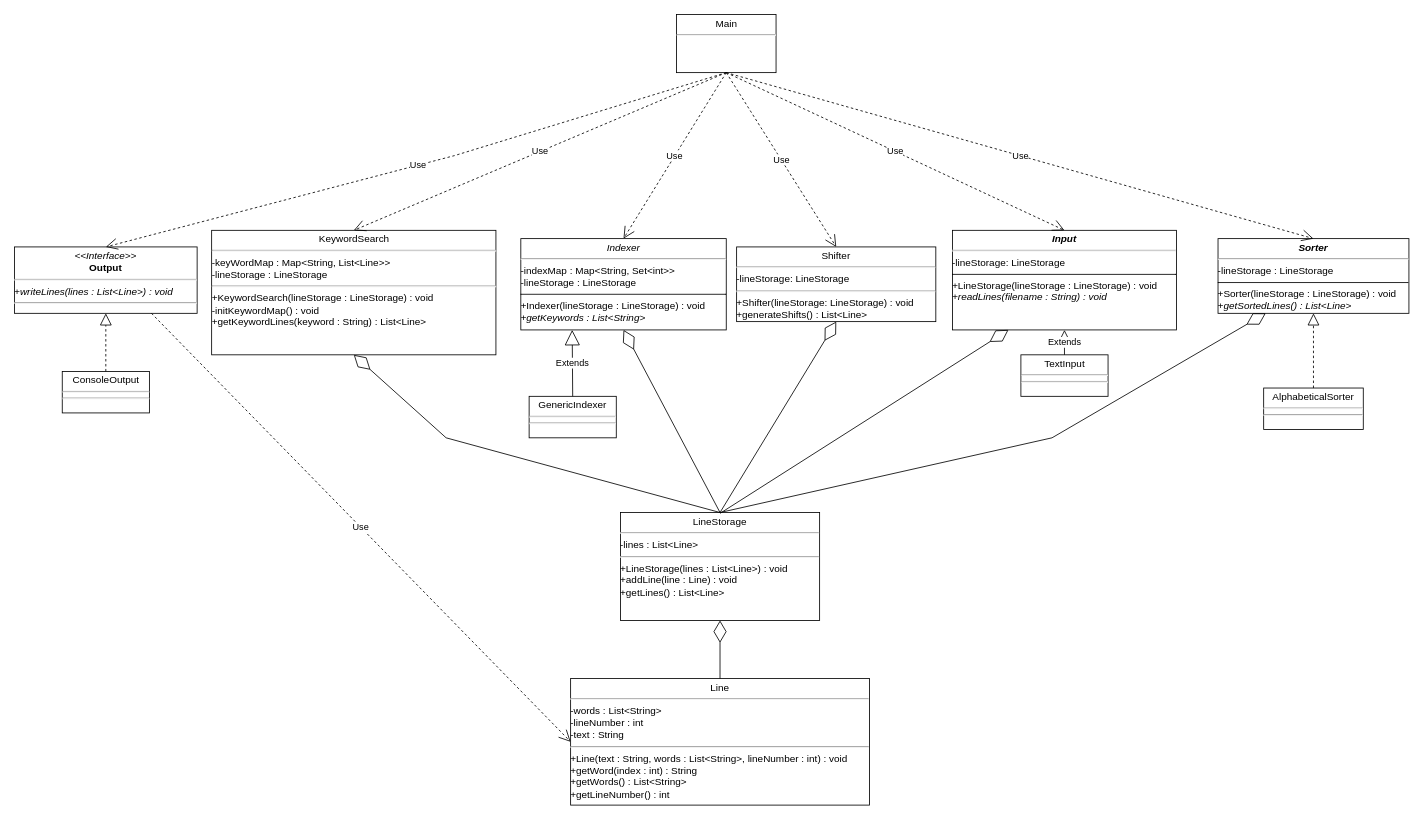
Above: Homework/Homework 1/SE 311 Homework 1 UML.drawio in dragon5201111/Drexel-University-SE-311-Software-Architecture-II (draw.io), before the change. Source tidied: cells renumbered, new cells numbered last; positions are measured from the earlier drawing's top-left corner, leaving out a move shared by most shapes. Both pictures are drawn from the tidied source at 83%, with x=0, y=0 at pixel (14, 14).
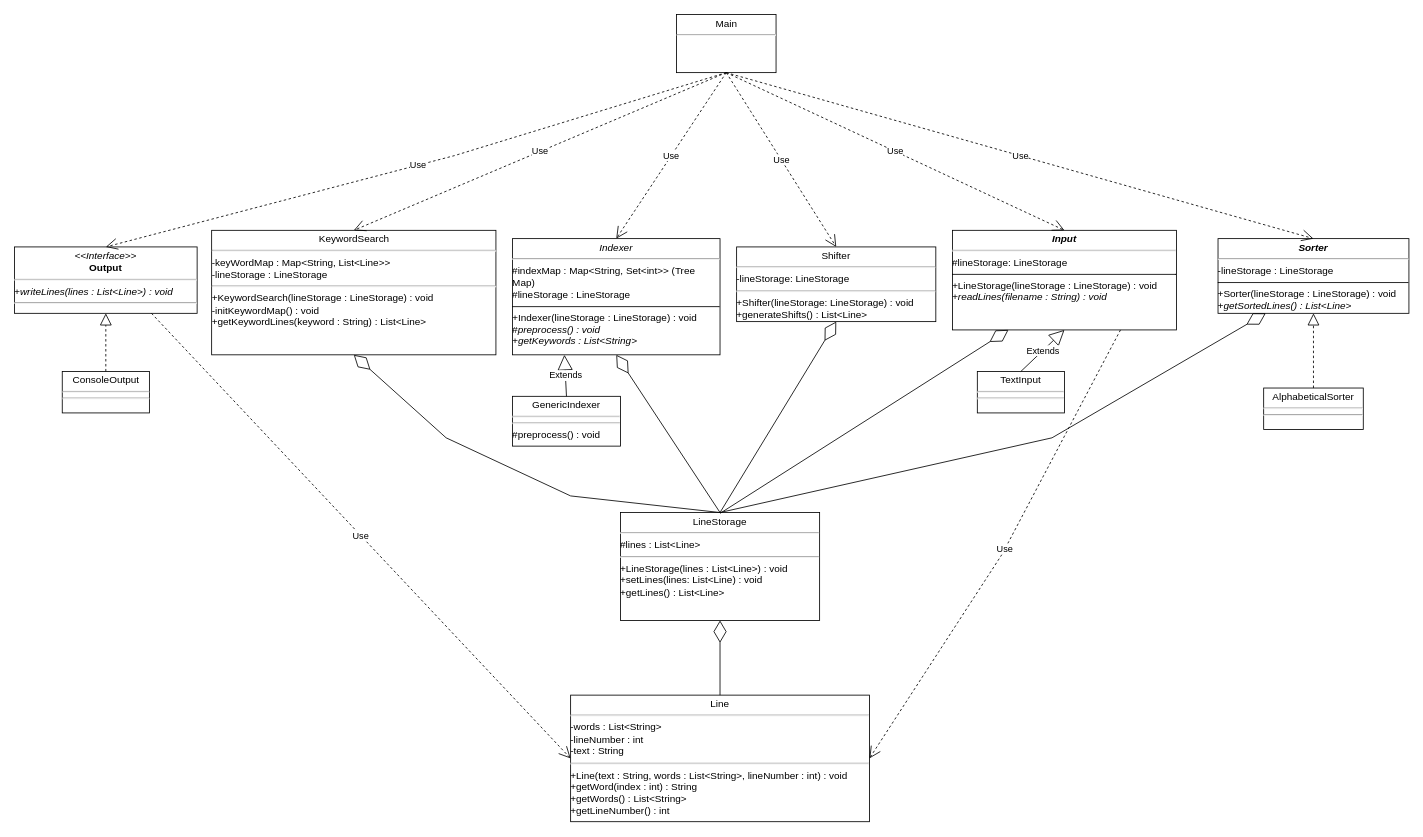
The same page after the edit.

Commit message (it also covers changes not shown here):
Work on UML and coding KWIC system for homework 1.

Unchanged cells that the change refers to:
```xml
<mxCell id="10" value="&lt;p style=&quot;margin:0px;margin-top:4px;text-align:center;&quot;&gt;KeywordSearch&lt;/p&gt;&lt;hr&gt;-keyWordMap : Map&amp;lt;String, List&amp;lt;Line&amp;gt;&amp;gt;&lt;div&gt;&lt;span style=&quot;background-color: transparent; color: light-dark(rgb(0, 0, 0), rgb(255, 255, 255));&quot;&gt;-lineStorage : LineStorage&lt;/span&gt;&lt;/div&gt;&lt;div&gt;&lt;hr&gt;+KeywordSearch(lineStorage : LineStorage) : void&lt;/div&gt;&lt;div&gt;-initKeywordMap() : void&lt;/div&gt;&lt;div&gt;+getKeywordLines(keyword : String) : List&amp;lt;Line&amp;gt;&lt;/div&gt;" style="verticalAlign=top;align=left;overflow=fill;html=1;whiteSpace=wrap;" parent="1" vertex="1">
  <mxGeometry x="237.5" y="260" width="342.5" height="150" as="geometry" />
</mxCell>
```

What changed in the source:
```diff
@@
-    <mxCell id="2" value="&lt;p style=&quot;margin:0px;margin-top:4px;text-align:center;&quot;&gt;&lt;b&gt;&lt;i&gt;Input&lt;/i&gt;&lt;/b&gt;&lt;/p&gt;&lt;hr&gt;-lineStorage: LineStorage&lt;br&gt;&lt;hr size=&quot;1&quot; style=&quot;border-style:solid;&quot;&gt;&lt;i&gt;+&lt;/i&gt;LineStorage(lineStorage : LineStorage) : void&lt;br&gt;&lt;div&gt;&lt;i&gt;+readLines(filename : String) : void&lt;/i&gt;&lt;div&gt;&lt;br&gt;&lt;/div&gt;&lt;/div&gt;" style="verticalAlign=top;align=left;overflow=fill;html=1;whiteSpace=wrap;" parent="1" vertex="1">
+    <mxCell id="2" value="&lt;p style=&quot;margin:0px;margin-top:4px;text-align:center;&quot;&gt;&lt;b&gt;&lt;i&gt;Input&lt;/i&gt;&lt;/b&gt;&lt;/p&gt;&lt;hr&gt;#lineStorage: LineStorage&lt;br&gt;&lt;hr size=&quot;1&quot; style=&quot;border-style:solid;&quot;&gt;&lt;i&gt;+&lt;/i&gt;LineStorage(lineStorage : LineStorage) : void&lt;br&gt;&lt;div&gt;&lt;i&gt;+readLines(filename : String) : void&lt;/i&gt;&lt;div&gt;&lt;br&gt;&lt;/div&gt;&lt;/div&gt;" style="verticalAlign=top;align=left;overflow=fill;html=1;whiteSpace=wrap;" parent="1" vertex="1">
       <mxGeometry x="1130" y="260" width="270" height="120" as="geometry" />
     </mxCell>
@@
     <mxCell id="4" value="&lt;p style=&quot;margin:0px;margin-top:4px;text-align:center;&quot;&gt;TextInput&lt;/p&gt;&lt;hr&gt;&lt;hr&gt;" style="verticalAlign=top;align=left;overflow=fill;html=1;whiteSpace=wrap;" parent="1" vertex="1">
-      <mxGeometry x="1212.5" y="410" width="105" height="50" as="geometry" />
+      <mxGeometry x="1160" y="430" width="105" height="50" as="geometry" />
     </mxCell>
@@
-    <mxCell id="11" value="&lt;p style=&quot;margin:0px;margin-top:4px;text-align:center;&quot;&gt;LineStorage&lt;/p&gt;&lt;hr&gt;-lines : List&amp;lt;Line&amp;gt;&lt;br&gt;&lt;hr&gt;+LineStorage(lines : List&amp;lt;Line&amp;gt;) : void&lt;div&gt;+addLine(line : Line) : void&lt;br&gt;&lt;div&gt;+getLines() : List&amp;lt;Line&amp;gt;&lt;/div&gt;&lt;div&gt;&lt;div&gt;&lt;br&gt;&lt;/div&gt;&lt;/div&gt;&lt;/div&gt;" style="verticalAlign=top;align=left;overflow=fill;html=1;whiteSpace=wrap;" parent="1" vertex="1">
+    <mxCell id="11" value="&lt;p style=&quot;margin:0px;margin-top:4px;text-align:center;&quot;&gt;LineStorage&lt;/p&gt;&lt;hr&gt;#lines : List&amp;lt;Line&amp;gt;&lt;br&gt;&lt;hr&gt;+LineStorage(lines : List&amp;lt;Line&amp;gt;) : void&lt;div&gt;+setLines(lines: List&amp;lt;Line) : void&lt;br&gt;&lt;div&gt;+getLines() : List&amp;lt;Line&amp;gt;&lt;/div&gt;&lt;/div&gt;" style="verticalAlign=top;align=left;overflow=fill;html=1;whiteSpace=wrap;" parent="1" vertex="1">
       <mxGeometry x="730" y="600" width="240" height="130" as="geometry" />
     </mxCell>
@@
-    <mxCell id="14" value="&lt;p style=&quot;margin:0px;margin-top:4px;text-align:center;&quot;&gt;&lt;i style=&quot;&quot;&gt;Indexer&lt;/i&gt;&lt;/p&gt;&lt;hr&gt;-indexMap : Map&amp;lt;String, Set&amp;lt;int&amp;gt;&amp;gt;&lt;div&gt;-lineStorage : LineStorage&lt;br&gt;&lt;hr size=&quot;1&quot; style=&quot;border-style:solid;&quot;&gt;&lt;i&gt;+&lt;/i&gt;Indexer(lineStorage : LineStorage) : void&lt;/div&gt;&lt;div&gt;&lt;i&gt;+getKeywords : List&amp;lt;String&amp;gt;&lt;/i&gt;&lt;/div&gt;" style="verticalAlign=top;align=left;overflow=fill;html=1;whiteSpace=wrap;" parent="1" vertex="1">
-      <mxGeometry x="610" y="270" width="247.5" height="110" as="geometry" />
+    <mxCell id="14" value="&lt;p style=&quot;margin:0px;margin-top:4px;text-align:center;&quot;&gt;&lt;i style=&quot;&quot;&gt;Indexer&lt;/i&gt;&lt;/p&gt;&lt;hr&gt;#indexMap : Map&amp;lt;String, Set&amp;lt;int&amp;gt;&amp;gt; (Tree Map)&lt;div&gt;#lineStorage : LineStorage&lt;br&gt;&lt;hr size=&quot;1&quot; style=&quot;border-style:solid;&quot;&gt;&lt;i&gt;+&lt;/i&gt;Indexer(lineStorage : LineStorage) : void&lt;/div&gt;&lt;div&gt;&lt;i&gt;#preprocess() : void&lt;/i&gt;&lt;/div&gt;&lt;div&gt;&lt;i&gt;+getKeywords : List&amp;lt;String&amp;gt;&lt;/i&gt;&lt;/div&gt;" style="verticalAlign=top;align=left;overflow=fill;html=1;whiteSpace=wrap;" parent="1" vertex="1">
+      <mxGeometry x="600" y="270" width="250" height="140" as="geometry" />
     </mxCell>
-    <mxCell id="15" value="&lt;p style=&quot;margin:0px;margin-top:4px;text-align:center;&quot;&gt;GenericIndexer&lt;/p&gt;&lt;hr&gt;&lt;hr&gt;" style="verticalAlign=top;align=left;overflow=fill;html=1;whiteSpace=wrap;" parent="1" vertex="1">
-      <mxGeometry x="620" y="460" width="105" height="50" as="geometry" />
+    <mxCell id="15" value="&lt;p style=&quot;margin:0px;margin-top:4px;text-align:center;&quot;&gt;GenericIndexer&lt;/p&gt;&lt;hr&gt;&lt;hr&gt;#preprocess() : void&lt;div&gt;&lt;br&gt;&lt;/div&gt;" style="verticalAlign=top;align=left;overflow=fill;html=1;whiteSpace=wrap;" parent="1" vertex="1">
+      <mxGeometry x="600" y="460" width="130" height="60" as="geometry" />
     </mxCell>
@@
     <mxCell id="17" value="&lt;p style=&quot;margin:0px;margin-top:4px;text-align:center;&quot;&gt;Line&lt;/p&gt;&lt;hr&gt;-words : List&amp;lt;String&amp;gt;&lt;div&gt;-lineNumber : int&lt;/div&gt;&lt;div&gt;-text : String&lt;/div&gt;&lt;div&gt;&lt;div&gt;&lt;hr&gt;+Line(text : String, words : List&amp;lt;String&amp;gt;, lineNumber : int) : void&lt;/div&gt;&lt;/div&gt;&lt;div&gt;+getWord(index : int) : String&lt;/div&gt;&lt;div&gt;+getWords() : List&amp;lt;String&amp;gt;&lt;/div&gt;&lt;div&gt;+getLineNumber() : int&lt;/div&gt;" style="verticalAlign=top;align=left;overflow=fill;html=1;whiteSpace=wrap;" parent="1" vertex="1">
-      <mxGeometry x="670" y="800" width="360" height="152.5" as="geometry" />
+      <mxGeometry x="670" y="820" width="360" height="152.5" as="geometry" />
     </mxCell>
@@
     <mxCell id="22" style="endArrow=diamondThin;endFill=0;endSize=24;html=1;rounded=0;entryX=0.5;entryY=1;entryDx=0;entryDy=0;exitX=0.5;exitY=0;exitDx=0;exitDy=0;" parent="1" edge="1" source="11" target="10">
       <mxGeometry relative="1" as="geometry">
         <Array as="points">
+          <mxPoint x="670" y="580" />
           <mxPoint x="520" y="510" />
         </Array>
       </mxGeometry>
     </mxCell>
@@
+    <mxCell id="32" value="Use" style="endArrow=open;endSize=12;dashed=1;html=1;rounded=0;exitX=0.75;exitY=1;exitDx=0;exitDy=0;entryX=1;entryY=0.5;entryDx=0;entryDy=0;" parent="1" edge="1" source="2" target="17">
+      <mxGeometry relative="1" as="geometry">
+        <Array as="points">
+          <mxPoint x="1190" y="650" />
+        </Array>
+      </mxGeometry>
+    </mxCell>
```
